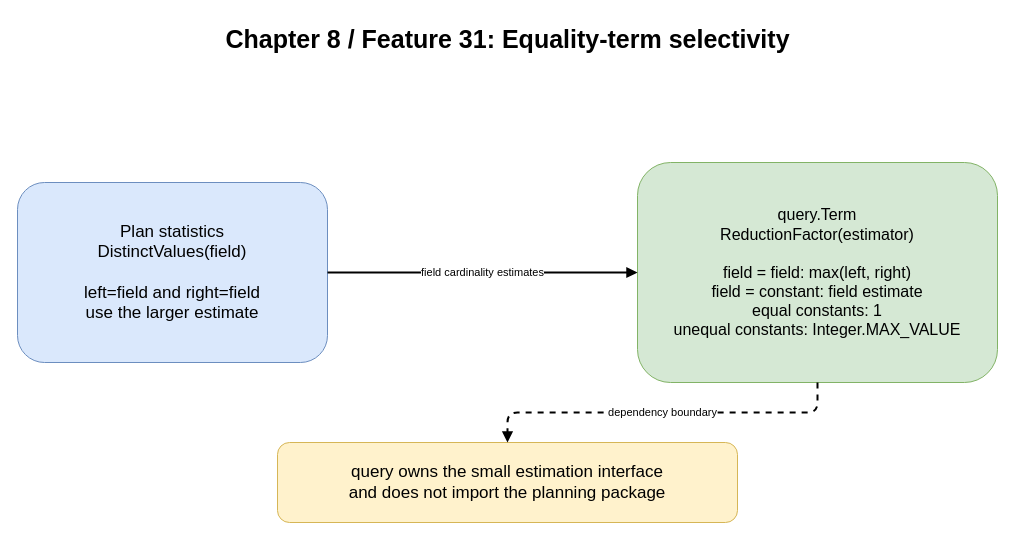
Above: docs/diagrams/ch08-term-reduction-factor.drawio in Rwatana/simledb_in_go (draw.io), before the change. Source tidied: cells renumbered, new cells numbered last; positions are measured from the earlier drawing's top-left corner, leaving out a move shared by most shapes. Both pictures are drawn from the tidied source at 100%, with x=0, y=0 at pixel (17, 17).
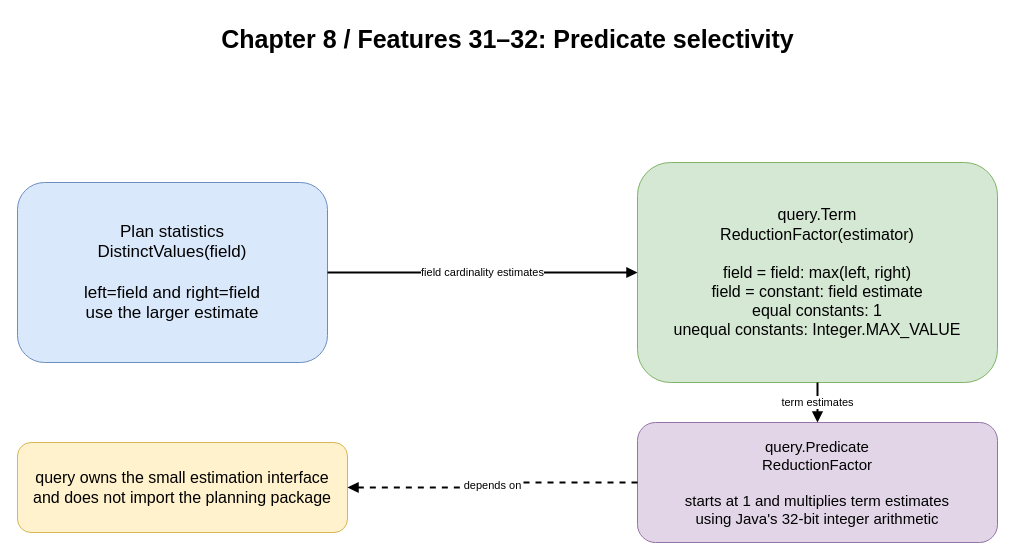
The same page after the edit.

Commit message (it also covers changes not shown here):
feat: combine predicate reduction estimates

What changed in the source:
```diff
@@
 <mxGraphModel>
   <root>
     <mxCell id="0" />
     <mxCell id="1" parent="0" />
-    <mxCell id="2" value="Chapter 8 / Feature 31: Equality-term selectivity" style="text;html=1;align=center;fontSize=25;fontStyle=1;" parent="1" vertex="1">
+    <mxCell id="2" value="Chapter 8 / Features 31–32: Predicate selectivity" style="text;html=1;align=center;fontSize=25;fontStyle=1;" parent="1" vertex="1">
       <mxGeometry x="10" width="960" height="50" as="geometry" />
     </mxCell>
     <mxCell id="3" value="Plan statistics&#10;DistinctValues(field)&#10;&#10;left=field and right=field&#10;use the larger estimate" style="rounded=1;whiteSpace=wrap;html=1;fillColor=#dae8fc;strokeColor=#6c8ebf;fontSize=17;" parent="1" vertex="1">
       <mxGeometry y="165" width="310" height="180" as="geometry" />
     </mxCell>
     <mxCell id="4" value="query.Term&#10;ReductionFactor(estimator)&#10;&#10;field = field: max(left, right)&#10;field = constant: field estimate&#10;equal constants: 1&#10;unequal constants: Integer.MAX_VALUE" style="rounded=1;whiteSpace=wrap;html=1;fillColor=#d5e8d4;strokeColor=#82b366;fontSize=16;" parent="1" vertex="1">
       <mxGeometry x="620" y="145" width="360" height="220" as="geometry" />
     </mxCell>
+    <mxCell id="8" value="query.Predicate&#10;ReductionFactor&#10;&#10;starts at 1 and multiplies term estimates&#10;using Java's 32-bit integer arithmetic" style="rounded=1;whiteSpace=wrap;html=1;fillColor=#e1d5e7;strokeColor=#9673a6;fontSize=15;" parent="1" vertex="1">
+      <mxGeometry x="620" y="405" width="360" height="120" as="geometry" />
+    </mxCell>
-    <mxCell id="5" value="query owns the small estimation interface&#10;and does not import the planning package" style="rounded=1;whiteSpace=wrap;html=1;fillColor=#fff2cc;strokeColor=#d6b656;fontSize=17;" parent="1" vertex="1">
-      <mxGeometry x="260" y="425" width="460" height="80" as="geometry" />
+    <mxCell id="5" value="query owns the small estimation interface&#10;and does not import the planning package" style="rounded=1;whiteSpace=wrap;html=1;fillColor=#fff2cc;strokeColor=#d6b656;fontSize=16;" parent="1" vertex="1">
+      <mxGeometry y="425" width="330" height="90" as="geometry" />
     </mxCell>
     <mxCell id="6" value="field cardinality estimates" style="edgeStyle=orthogonalEdgeStyle;html=1;endArrow=block;strokeWidth=2;" parent="1" edge="1" source="3" target="4">
       <mxGeometry relative="1" as="geometry" />
     </mxCell>
-    <mxCell id="7" value="dependency boundary" style="edgeStyle=orthogonalEdgeStyle;html=1;endArrow=block;strokeWidth=2;dashed=1;" parent="1" edge="1" source="4" target="5">
+    <mxCell id="7" value="term estimates" style="edgeStyle=orthogonalEdgeStyle;html=1;endArrow=block;strokeWidth=2;" parent="1" edge="1" source="4" target="8">
       <mxGeometry relative="1" as="geometry" />
     </mxCell>
+    <mxCell id="9" value="depends on" style="edgeStyle=orthogonalEdgeStyle;html=1;endArrow=block;strokeWidth=2;dashed=1;" parent="1" edge="1" source="8" target="5">
+      <mxGeometry relative="1" as="geometry" />
+    </mxCell>
   </root>
 </mxGraphModel>
```
